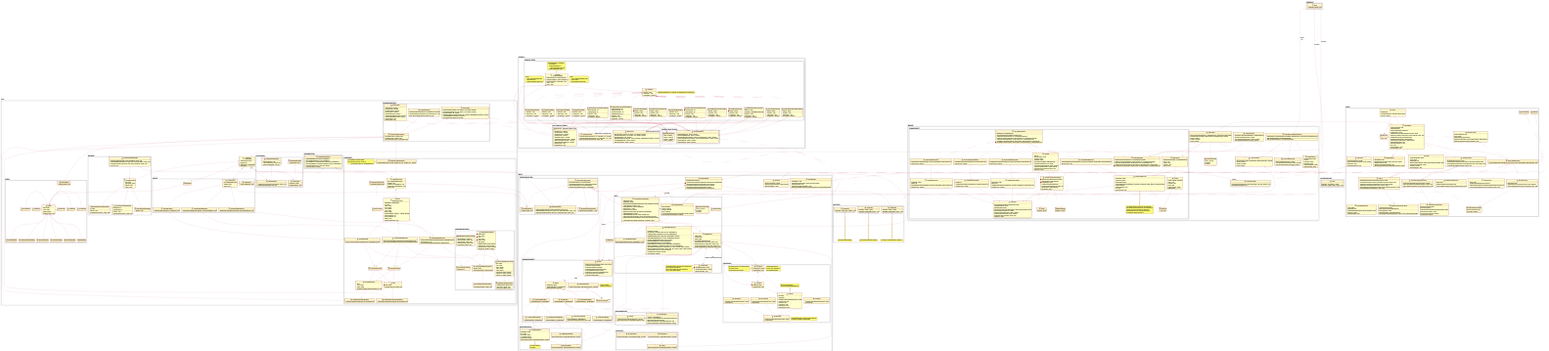
Above: 2-Entwurf/2-Entwicklung/combinedUML/masterUMLClassDiagramm.svg in osl2/DAQ-Documents (PlantUML), before the change.
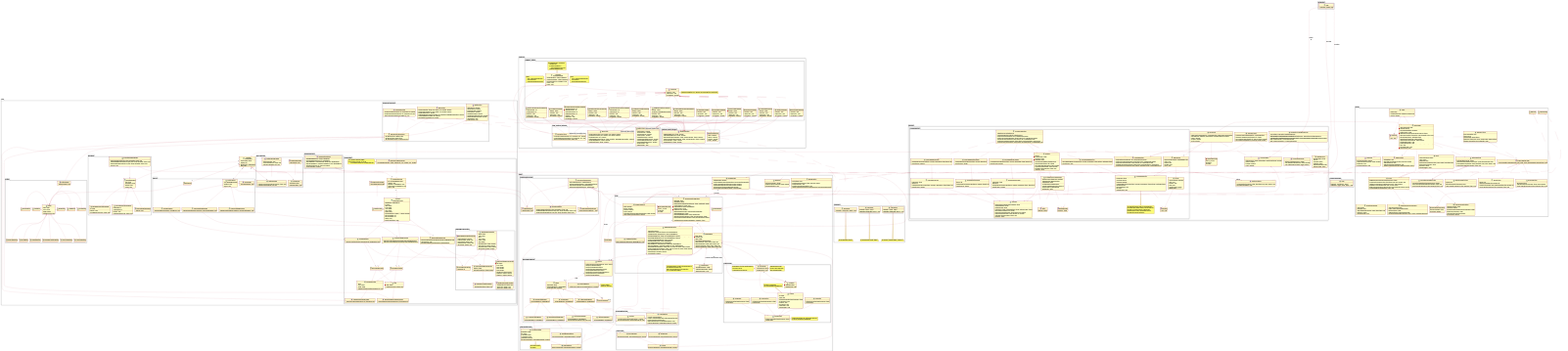
After the change.

Commit message:
MasterKlassendiagramm neu erstellt.

The edit, as a diff of the source:
```diff
@@ -57,13 +57,15 @@
 
 	class SensorInfoAgent {
 		+SensorInfoAgent(commandFactory: CommandFactory)
-		+fetchIdsOfAvailableSensors(): String[]
-		+copyYamlFileFromPi(sensorId: String): boolean
-		+copyYamlFileToPi(sensorId: String): boolean
+		+fetchIdsOfAvailableSensors(timeout: int): String[]
+		+copyYamlFileFromPi(timeout: int, sensorId: String): boolean
+		+copyYamlFileToPi(timeout: int, sensorId: String): boolean
 	}
 
 	class PickPointForAgentsBasedOnSsh {
+		-{static}onlyInstance: PickPointForAgentsBasedOnSsh
 		+{static}getPickPointForAgentsBasedOnSsh(initData: InitDataForSsh): PickPointForAgentsBasedOnSsh
+		+PickupPointForAgentsBasedOnSsh(sensorInfoAgent: IAccessToSensorInfo, mRunAgent: IAccessToMRun)
 		+getIAccessToMRun(): IAccessToSensorInfo
 		+getIAccessToSensorInfo(): IAccessToSensorInfo
 	}
@@ -92,8 +94,8 @@
 			-pathToLocalDir: String
 			+ComToPi(id: String, pathToRemoteDir: String, pathToLocalDir: String)
    		    +{abstract}fetchSensorIds(timeOut: int): String[]
-		    +{abstract}copyFileFromPi(nameOfFile: String): boolean
-		    +{abstract}copyFileToPi(nameOfFile: String): boolean
+		    +{abstract}copyFileFromPi(nameOfFile: String, timeout: int): boolean
+		    +{abstract}copyFileToPi(nameOfFile: String, timeout: int): boolean
 		    +{abstract}startMRunAtPi(inChannelId: String): void
 		    +{abstract}readLine(): String
 		}
@@ -303,8 +305,6 @@
 	PickPointForAgentsBasedOnSsh --> IAccessToMRun
 	SensorInfoAgent ..|> IAccessToSensorInfo
 	MRunAgent ..|> IAccessToMRun
-
-
 
 
 
```
